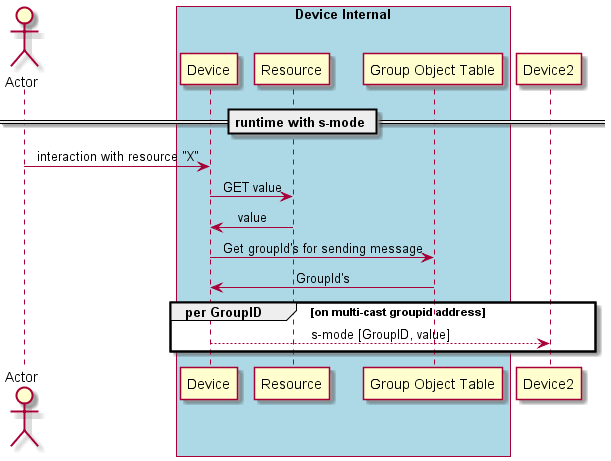
Above: images/sequence_send_s-mode.png in KNX-IOT/KNX-IOT-STACK (PlantUML), before the change.
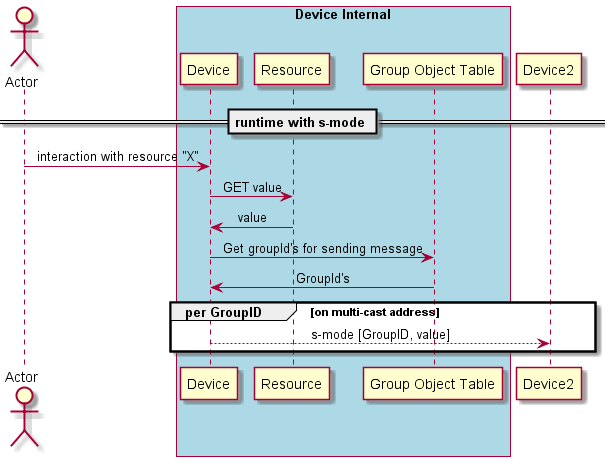
After the change.

Commit message:
generalize the multicast address (e.g. not mentioning where it comes from)

Diff of the diagram source:
```diff
@@ -19,7 +19,7 @@
 Dev -> GOT : Get groupId's for sending message
 Dev <- GOT : GroupId's
 
-group per GroupID [on multi-cast groupid address]
+group per GroupID [on multi-cast address]
     Dev --> Dev2 : s-mode [GroupID, value]
 end
 
```
